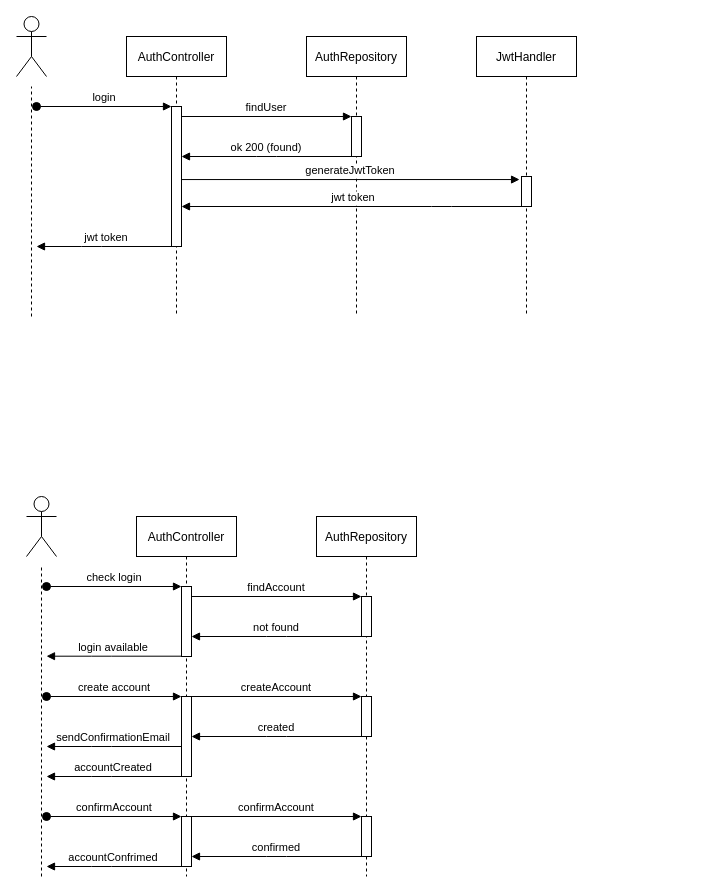
The draw.io diagram diagrams/auth.drawio in shardoc/shardoc.github.io, before the edit. Source tidied: cells renumbered, new cells numbered last; positions are measured from the earlier drawing's top-left corner, leaving out a move shared by most shapes. Both pictures are drawn from the tidied source at 100%, with x=0, y=0 at pixel (16, 16).
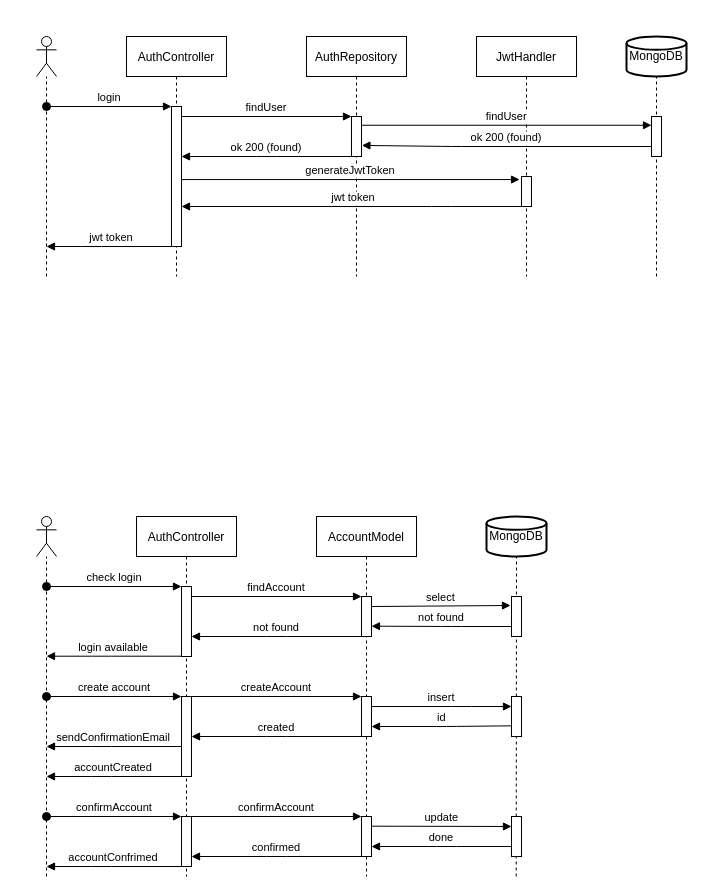
The same diagram, later.

Commit message (it also covers changes not shown here):
udated diagrams

Unchanged cells that the change refers to:
```xml
<mxCell id="3" style="points=[];perimeter=orthogonalPerimeter;rounded=0;shadow=0;strokeWidth=1;" parent="2" vertex="1">
  <mxGeometry x="45" y="70" width="10" height="140" as="geometry" />
</mxCell>
<mxCell id="6" style="points=[];perimeter=orthogonalPerimeter;rounded=0;shadow=0;strokeWidth=1;" parent="5" vertex="1">
  <mxGeometry x="45" y="80" width="10" height="40" as="geometry" />
</mxCell>
<mxCell id="20" style="points=[];perimeter=orthogonalPerimeter;rounded=0;shadow=0;strokeWidth=1;" parent="19" vertex="1">
  <mxGeometry x="45" y="80" width="10" height="40" as="geometry" />
</mxCell>
<mxCell id="21" style="points=[];perimeter=orthogonalPerimeter;rounded=0;shadow=0;strokeWidth=1;" parent="19" vertex="1">
  <mxGeometry x="45" y="300" width="10" height="40" as="geometry" />
</mxCell>
```

Diff of the diagram source:
```diff
@@
     <mxCell id="2" value="AuthController" style="shape=umlLifeline;perimeter=lifelinePerimeter;rounded=0;shadow=0;strokeWidth=1;" parent="1" vertex="1">
-      <mxGeometry x="110" y="20" width="100" height="280" as="geometry" />
+      <mxGeometry x="110" y="20" width="100" height="240" as="geometry" />
     </mxCell>
@@
     <mxCell id="4" value="login" style="verticalAlign=bottom;startArrow=oval;endArrow=block;startSize=8;shadow=0;strokeWidth=1;" parent="2" edge="1" target="3">
       <mxGeometry relative="1" as="geometry">
-        <mxPoint x="-90" y="70" as="sourcePoint" />
+        <mxPoint x="-80" y="70" as="sourcePoint" />
       </mxGeometry>
     </mxCell>
     <mxCell id="5" value="AuthRepository" style="shape=umlLifeline;perimeter=lifelinePerimeter;rounded=0;shadow=0;strokeWidth=1;" parent="1" vertex="1">
-      <mxGeometry x="290" y="20" width="100" height="280" as="geometry" />
+      <mxGeometry x="290" y="20" width="100" height="240" as="geometry" />
     </mxCell>
@@
     <mxCell id="9" style="shape=umlActor;verticalLabelPosition=bottom;verticalAlign=top;html=1;outlineConnect=0;" parent="1" vertex="1">
-      <mxGeometry width="30" height="60" as="geometry" />
+      <mxGeometry x="20" y="20" width="20" height="40" as="geometry" />
     </mxCell>
-    <mxCell id="10" style="endArrow=none;dashed=1;html=1;" parent="1" edge="1">
+    <mxCell id="10" style="endArrow=none;dashed=1;html=1;" parent="1" edge="1" target="9">
       <mxGeometry relative="1" as="geometry">
-        <mxPoint x="15" y="300" as="sourcePoint" />
-        <mxPoint x="15" y="70" as="targetPoint" />
+        <mxPoint x="30" y="260" as="sourcePoint" />
       </mxGeometry>
     </mxCell>
     <mxCell id="11" value="JwtHandler" style="shape=umlLifeline;perimeter=lifelinePerimeter;rounded=0;shadow=0;strokeWidth=1;" parent="1" vertex="1">
-      <mxGeometry x="460" y="20" width="100" height="280" as="geometry" />
+      <mxGeometry x="460" y="20" width="100" height="240" as="geometry" />
     </mxCell>
@@
     <mxCell id="14" value="jwt token" style="verticalAlign=bottom;endArrow=block;shadow=0;strokeWidth=1;" parent="1" edge="1">
       <mxGeometry relative="1" as="geometry">
         <mxPoint x="160" y="230" as="sourcePoint" />
-        <mxPoint x="20" y="230" as="targetPoint" />
+        <mxPoint x="30" y="230" as="targetPoint" />
         <Array as="points">
           <mxPoint x="75" y="230" />
         </Array>
       </mxGeometry>
     </mxCell>
@@
-    <mxCell id="19" value="AuthRepository" style="shape=umlLifeline;perimeter=lifelinePerimeter;rounded=0;shadow=0;strokeWidth=1;" parent="1" vertex="1">
+    <mxCell id="19" value="AccountModel" style="shape=umlLifeline;perimeter=lifelinePerimeter;rounded=0;shadow=0;strokeWidth=1;" parent="1" vertex="1">
       <mxGeometry x="300" y="500" width="100" height="360" as="geometry" />
     </mxCell>
@@
     <mxCell id="33" style="shape=umlActor;verticalLabelPosition=bottom;verticalAlign=top;html=1;outlineConnect=0;" parent="1" vertex="1">
-      <mxGeometry x="10" y="480" width="30" height="60" as="geometry" />
+      <mxGeometry x="20" y="500" width="20" height="40" as="geometry" />
     </mxCell>
-    <mxCell id="34" style="endArrow=none;dashed=1;html=1;" parent="1" edge="1">
+    <mxCell id="34" style="endArrow=none;dashed=1;html=1;" parent="1" edge="1" target="33">
       <mxGeometry relative="1" as="geometry">
-        <mxPoint x="25" y="860" as="sourcePoint" />
-        <mxPoint x="25" y="550" as="targetPoint" />
+        <mxPoint x="30" y="860" as="sourcePoint" />
       </mxGeometry>
     </mxCell>
@@
+    <mxCell id="39" value="MongoDB" style="strokeWidth=2;html=1;shape=mxgraph.flowchart.database;whiteSpace=wrap;" parent="1" vertex="1">
+      <mxGeometry x="470" y="500" width="60" height="40" as="geometry" />
+    </mxCell>
+    <mxCell id="40" style="endArrow=none;dashed=1;html=1;entryX=0.5;entryY=1;entryDx=0;entryDy=0;entryPerimeter=0;" parent="1" edge="1" target="39">
+      <mxGeometry relative="1" as="geometry">
+        <mxPoint x="499.7" y="860" as="sourcePoint" />
+      </mxGeometry>
+    </mxCell>
+    <mxCell id="41" style="points=[];perimeter=orthogonalPerimeter;rounded=0;shadow=0;strokeWidth=1;" parent="1" vertex="1">
+      <mxGeometry x="495" y="580" width="10" height="40" as="geometry" />
+    </mxCell>
+    <mxCell id="42" value="select" style="verticalAlign=bottom;endArrow=block;shadow=0;strokeWidth=1;entryX=-0.1;entryY=0.225;entryDx=0;entryDy=0;entryPerimeter=0;exitX=1.033;exitY=0.25;exitDx=0;exitDy=0;exitPerimeter=0;" parent="1" edge="1" source="20" target="41">
+      <mxGeometry relative="1" as="geometry" />
+    </mxCell>
+    <mxCell id="43" value="not found" style="verticalAlign=bottom;endArrow=block;shadow=0;strokeWidth=1;entryX=1;entryY=0.742;entryDx=0;entryDy=0;entryPerimeter=0;" parent="1" edge="1" source="41" target="20">
+      <mxGeometry relative="1" as="geometry">
+        <Array as="points">
+          <mxPoint x="435" y="610" />
+        </Array>
+      </mxGeometry>
+    </mxCell>
+    <mxCell id="44" style="points=[];perimeter=orthogonalPerimeter;rounded=0;shadow=0;strokeWidth=1;" parent="1" vertex="1">
+      <mxGeometry x="495" y="680" width="10" height="40" as="geometry" />
+    </mxCell>
+    <mxCell id="45" value="insert" style="verticalAlign=bottom;endArrow=block;shadow=0;strokeWidth=1;" parent="1" edge="1" target="44">
+      <mxGeometry relative="1" as="geometry">
+        <mxPoint x="355" y="690" as="sourcePoint" />
+        <Array as="points">
+          <mxPoint x="445" y="690" />
+        </Array>
+      </mxGeometry>
+    </mxCell>
+    <mxCell id="46" value="id" style="verticalAlign=bottom;endArrow=block;shadow=0;strokeWidth=1;exitX=0.033;exitY=0.733;exitDx=0;exitDy=0;exitPerimeter=0;" parent="1" edge="1" source="44">
+      <mxGeometry relative="1" as="geometry">
+        <mxPoint x="355" y="710" as="targetPoint" />
+        <Array as="points">
+          <mxPoint x="430" y="710" />
+        </Array>
+      </mxGeometry>
+    </mxCell>
+    <mxCell id="47" style="points=[];perimeter=orthogonalPerimeter;rounded=0;shadow=0;strokeWidth=1;" parent="1" vertex="1">
+      <mxGeometry x="495" y="800" width="10" height="40" as="geometry" />
+    </mxCell>
+    <mxCell id="48" value="update" style="verticalAlign=bottom;endArrow=block;shadow=0;strokeWidth=1;exitX=1.033;exitY=0.242;exitDx=0;exitDy=0;exitPerimeter=0;" parent="1" edge="1" source="21">
+      <mxGeometry relative="1" as="geometry">
+        <mxPoint x="495" y="810" as="targetPoint" />
+      </mxGeometry>
+    </mxCell>
+    <mxCell id="49" value="done" style="verticalAlign=bottom;endArrow=block;shadow=0;strokeWidth=1;" parent="1" edge="1" source="47">
+      <mxGeometry relative="1" as="geometry">
+        <mxPoint x="355" y="830" as="targetPoint" />
+        <Array as="points">
+          <mxPoint x="430" y="830" />
+        </Array>
+      </mxGeometry>
+    </mxCell>
+    <mxCell id="50" value="MongoDB" style="strokeWidth=2;html=1;shape=mxgraph.flowchart.database;whiteSpace=wrap;" parent="1" vertex="1">
+      <mxGeometry x="610" y="20" width="60" height="40" as="geometry" />
+    </mxCell>
+    <mxCell id="51" style="endArrow=none;dashed=1;html=1;entryX=0.5;entryY=1;entryDx=0;entryDy=0;entryPerimeter=0;" parent="1" edge="1" target="50">
+      <mxGeometry relative="1" as="geometry">
+        <mxPoint x="640" y="260" as="sourcePoint" />
+      </mxGeometry>
+    </mxCell>
+    <mxCell id="52" style="points=[];perimeter=orthogonalPerimeter;rounded=0;shadow=0;strokeWidth=1;" parent="1" vertex="1">
+      <mxGeometry x="635" y="100" width="10" height="40" as="geometry" />
+    </mxCell>
+    <mxCell id="53" value="findUser" style="verticalAlign=bottom;endArrow=block;shadow=0;strokeWidth=1;exitX=1.014;exitY=0.219;exitDx=0;exitDy=0;exitPerimeter=0;" parent="1" edge="1" source="6" target="52">
+      <mxGeometry relative="1" as="geometry" />
+    </mxCell>
+    <mxCell id="54" value="ok 200 (found)" style="verticalAlign=bottom;endArrow=block;shadow=0;strokeWidth=1;entryX=1.041;entryY=0.723;entryDx=0;entryDy=0;entryPerimeter=0;" parent="1" edge="1" source="52" target="6">
+      <mxGeometry relative="1" as="geometry">
+        <Array as="points">
+          <mxPoint x="435" y="130" />
+        </Array>
+      </mxGeometry>
+    </mxCell>
```
